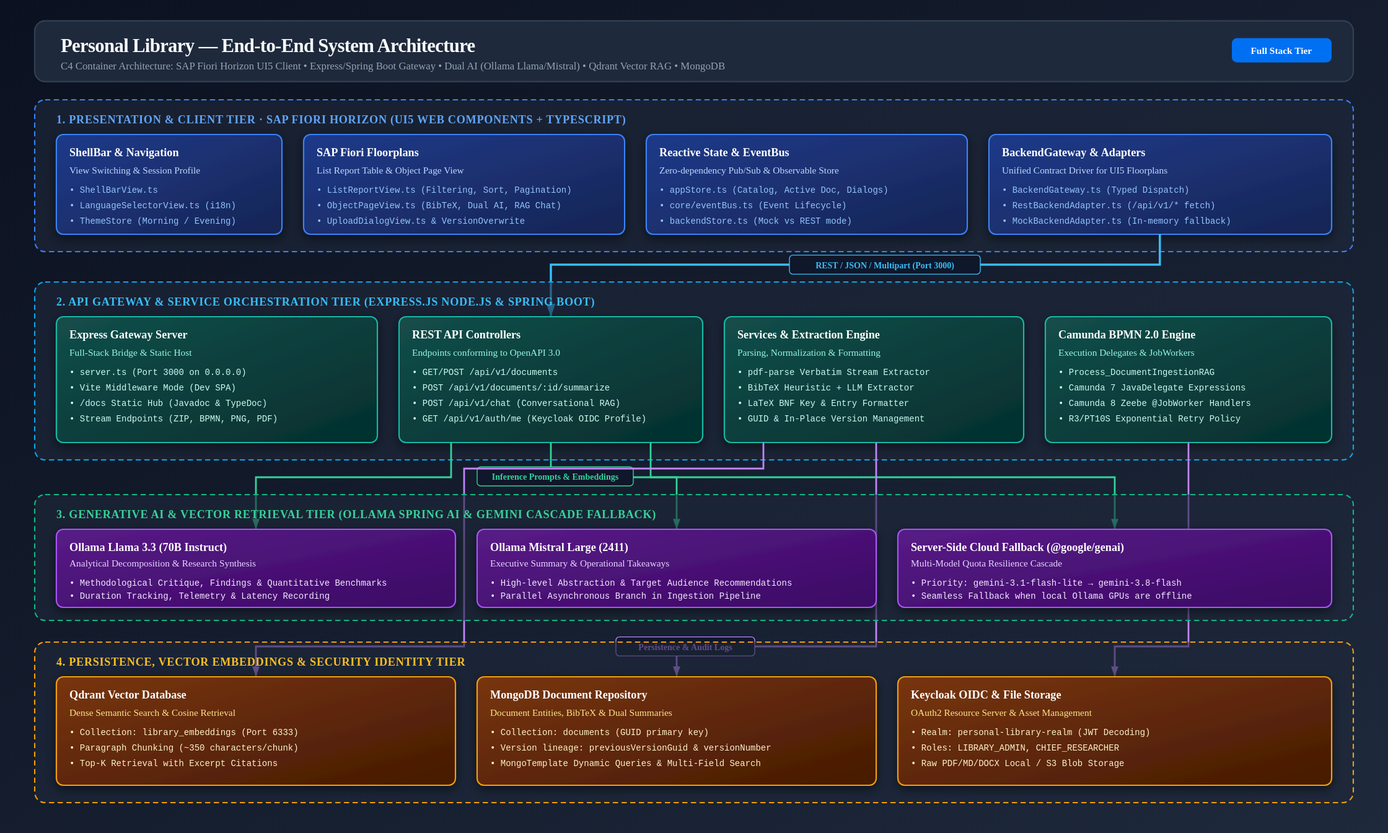
This is docs/diagrams/system_architecture.svg from epascalau/personal-library, a PlantUML export, as it was before one commit. Its source is kept beside it as docs/diagrams/system_architecture.puml. Source of this version:
```plantuml
@startuml System_Architecture_Personal_Library
!theme plain
skinparam roundCorner 10
skinparam defaultFontName Inter
skinparam packageStyle rectangle

title Personal Library - Enterprise System Architecture (C4 Container Map)

package "1. Client Tier: SAP Fiori Horizon (UI5 Web Components + TypeScript)" as ClientTier #EBF8FF {
  [ShellBar & Router] as ShellBar
  [ListReportView (Table & FilterBar)] as ListReport
  [ObjectPageView (BibTeX & RAG Chat)] as ObjectPage
  [Observable Stores (appStore, themeStore, i18nStore)] as Stores
  [BackendGateway (REST & Mock Adapters)] as Gateway

  ShellBar --> Stores
  ListReport --> Stores
  ObjectPage --> Stores
  Stores --> Gateway
}

package "2. API Gateway Tier (Express Node.js on Port 3000 / Spring Boot)" as GatewayTier #F0FDFA {
  [Express Server / Vite Middleware] as ExpressServer
  [REST API Controllers (/api/v1/*)] as RestControllers
  [Document & BibTeX Extraction Service] as ExtractionEngine
  [Camunda BPMN 2.0 Engine] as CamundaEngine

  ExpressServer --> RestControllers
  RestControllers --> ExtractionEngine
  RestControllers --> CamundaEngine
}

package "3. Generative AI & Vector Retrieval Tier" as AITier #FAF5FF {
  [Ollama Llama 3.3 (70B Instruct)] as LlamaModel
  [Ollama Mistral Large (2411)] as MistralModel
  [Gemini Cloud Fallback (@google/genai)] as GeminiFallback
  database "Qdrant Vector DB (Port 6333)" as QdrantDB
}

package "4. Persistence & Security Tier" as DataTier #FEF3C7 {
  database "MongoDB (DocumentEntity Collection)" as MongoDB
  [Keycloak OIDC (OAuth2 Resource Server)] as Keycloak
  storage "Raw File Store" as FileStorage
}

Gateway -down-> RestControllers : "HTTP REST (JSON/Multipart)"
RestControllers -down-> LlamaModel : "Analytical Prompt"
RestControllers -down-> MistralModel : "Executive Synthesis"
RestControllers -down-> GeminiFallback : "Resilience Fallback"
ExtractionEngine -down-> QdrantDB : "Upsert Chunks & Embeddings"
RestControllers -down-> QdrantDB : "Cosine Similarity Top-K"
RestControllers -down-> MongoDB : "Persist DocumentEntity"
RestControllers -down-> Keycloak : "Validate Bearer JWT"
RestControllers -down-> FileStorage : "Stream Asset"

@enduml
```
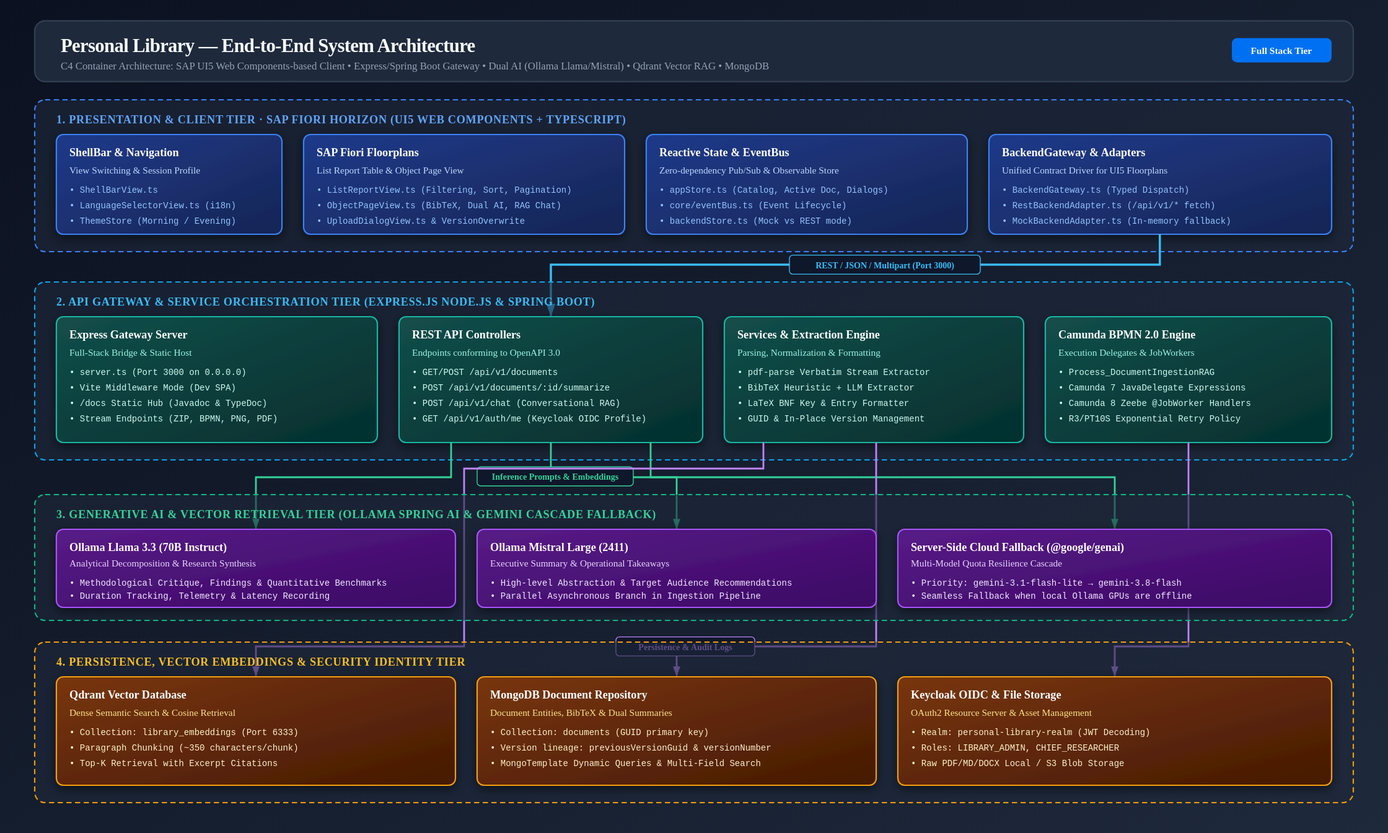
After the commit.

What changed in the source:
```diff
@@ -6,7 +6,7 @@
 
 title Personal Library - Enterprise System Architecture (C4 Container Map)
 
-package "1. Client Tier: SAP Fiori Horizon (UI5 Web Components + TypeScript)" as ClientTier #EBF8FF {
+package "1. Client Tier: SAP UI5 Web Components (UI5 Web Components + TypeScript)" as ClientTier #EBF8FF {
   [ShellBar & Router] as ShellBar
   [ListReportView (Table & FilterBar)] as ListReport
   [ObjectPageView (BibTeX & RAG Chat)] as ObjectPage
```
